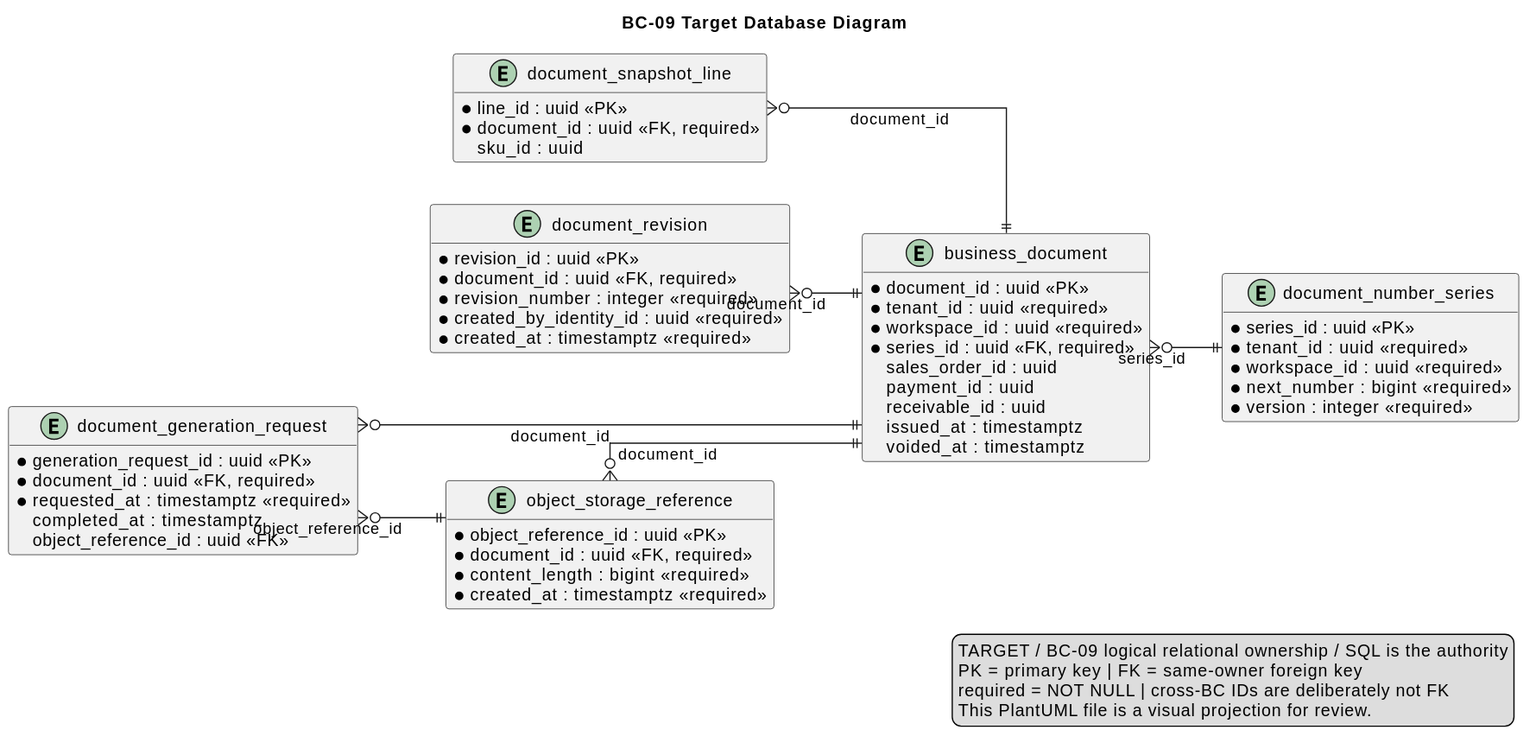
nexa-suite/blueprint keeps this PlantUML diagram as 01-shared/domain/bounded-contexts/BC-09-business-documents/data/database-diagram.svg. Above is the earlier version. The source it was exported from:
```plantuml
@startuml
title BC-09 Target Database Diagram
left to right direction
hide methods
skinparam shadowing false
skinparam linetype ortho
skinparam entity {
  BackgroundColor #F8FAFC
  BorderColor #334155
  FontColor #0F172A
}

entity "document_number_series" as t_document_number_series {
  * series_id : uuid <<PK>>
  * tenant_id : uuid <<required>>
  * workspace_id : uuid <<required>>
  * document_type : varchar(32) <<required>>
  * series_code : varchar(32) <<required>>
  * next_number : bigint <<required>>
  * version : integer <<required>>
}

entity "business_document" as t_business_document {
  * document_id : uuid <<PK>>
  * tenant_id : uuid <<required>>
  * workspace_id : uuid <<required>>
  * series_id : uuid <<FK, required>>
  * document_type : varchar(32) <<required>>
  * document_number : varchar(80) <<required>>
    sales_order_id : uuid
    payment_id : uuid
    receivable_id : uuid
  * status : varchar(32) <<required>>
    issued_at : timestamptz
    voided_at : timestamptz
}

entity "document_snapshot_line" as t_document_snapshot_line {
  * line_id : uuid <<PK>>
  * document_id : uuid <<FK, required>>
    sku_id : uuid
    sku_code : varchar(80)
  * description : varchar(500) <<required>>
  * quantity : numeric(19,6) <<required>>
  * unit_price : numeric(19,4) <<required>>
  * currency : char(3) <<required>>
  * line_total : numeric(19,4) <<required>>
}

entity "document_revision" as t_document_revision {
  * revision_id : uuid <<PK>>
  * document_id : uuid <<FK, required>>
  * revision_number : integer <<required>>
  * snapshot_hash : varchar(128) <<required>>
  * created_by_identity_id : uuid <<required>>
  * created_at : timestamptz <<required>>
}

entity "object_storage_reference" as t_object_storage_reference {
  * object_reference_id : uuid <<PK>>
  * document_id : uuid <<FK, required>>
  * object_key : varchar(500) <<required>>
  * content_type : varchar(160) <<required>>
  * content_length : bigint <<required>>
  * content_hash : varchar(128) <<required>>
  * created_at : timestamptz <<required>>
}

entity "document_generation_request" as t_document_generation_request {
  * generation_request_id : uuid <<PK>>
  * document_id : uuid <<FK, required>>
  * status : varchar(32) <<required>>
  * requested_at : timestamptz <<required>>
    completed_at : timestamptz
    failure_reason : varchar(500)
    object_reference_id : uuid <<FK>>
}

t_business_document }o--|| t_document_number_series : series_id
t_document_snapshot_line }o--|| t_business_document : document_id
t_document_revision }o--|| t_business_document : document_id
t_object_storage_reference }o--|| t_business_document : document_id
t_document_generation_request }o--|| t_business_document : document_id
t_document_generation_request }o--|| t_object_storage_reference : object_reference_id

legend right
TARGET / BC-09 logical relational ownership / SQL is the authority
PK = primary key | FK = same-owner foreign key
required = NOT NULL | cross-BC IDs are deliberately not FK
This PlantUML file is a visual projection for review.
endlegend
@enduml
```
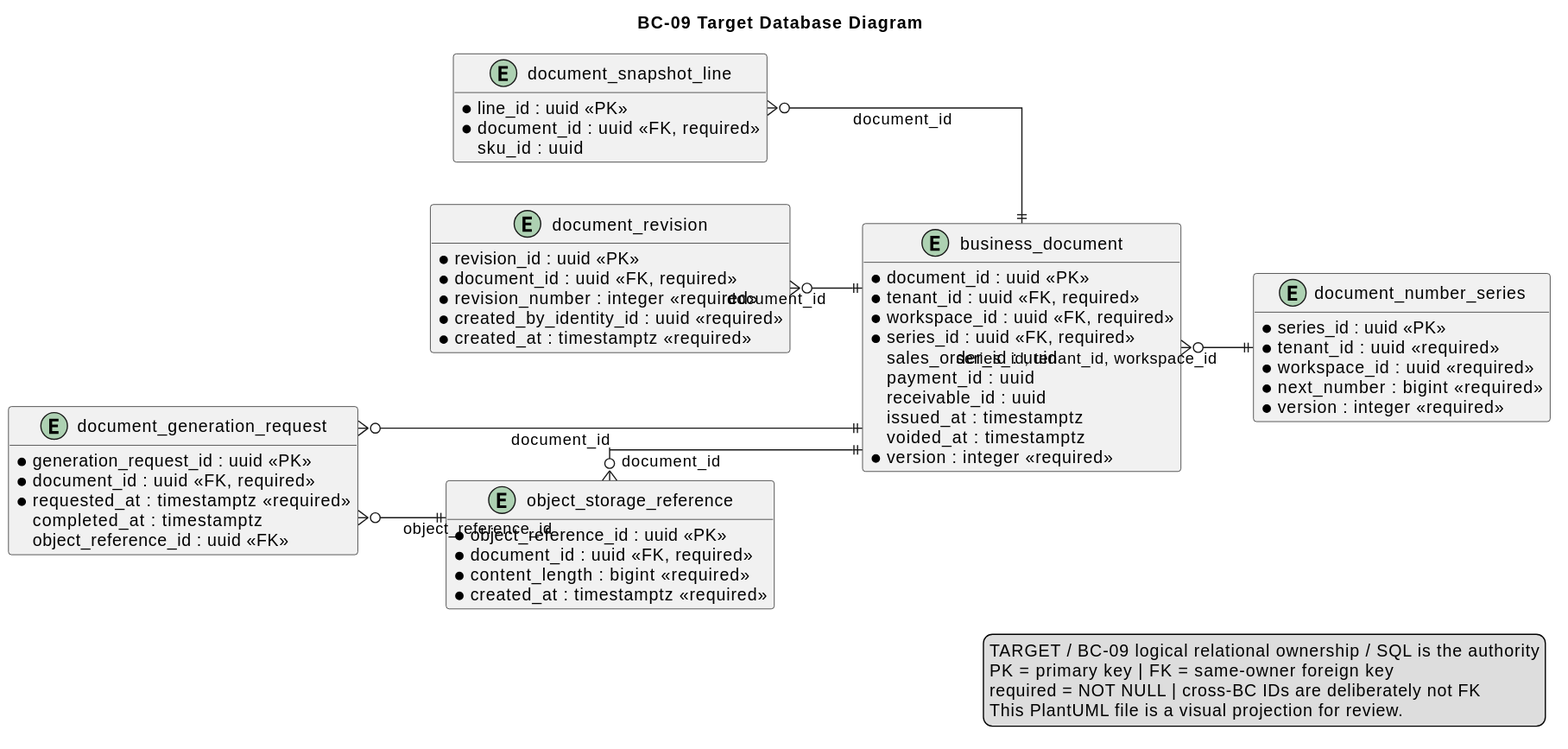
After the commit.

The edit, as a diff of the source:
```diff
@@ -22,8 +22,8 @@
 
 entity "business_document" as t_business_document {
   * document_id : uuid <<PK>>
-  * tenant_id : uuid <<required>>
-  * workspace_id : uuid <<required>>
+  * tenant_id : uuid <<FK, required>>
+  * workspace_id : uuid <<FK, required>>
   * series_id : uuid <<FK, required>>
   * document_type : varchar(32) <<required>>
   * document_number : varchar(80) <<required>>
@@ -33,6 +33,7 @@
   * status : varchar(32) <<required>>
     issued_at : timestamptz
     voided_at : timestamptz
+  * version : integer <<required>>
 }
 
 entity "document_snapshot_line" as t_document_snapshot_line {
@@ -76,7 +77,7 @@
     object_reference_id : uuid <<FK>>
 }
 
-t_business_document }o--|| t_document_number_series : series_id
+t_business_document }o--|| t_document_number_series : series_id, tenant_id, workspace_id
 t_document_snapshot_line }o--|| t_business_document : document_id
 t_document_revision }o--|| t_business_document : document_id
 t_object_storage_reference }o--|| t_business_document : document_id
```
